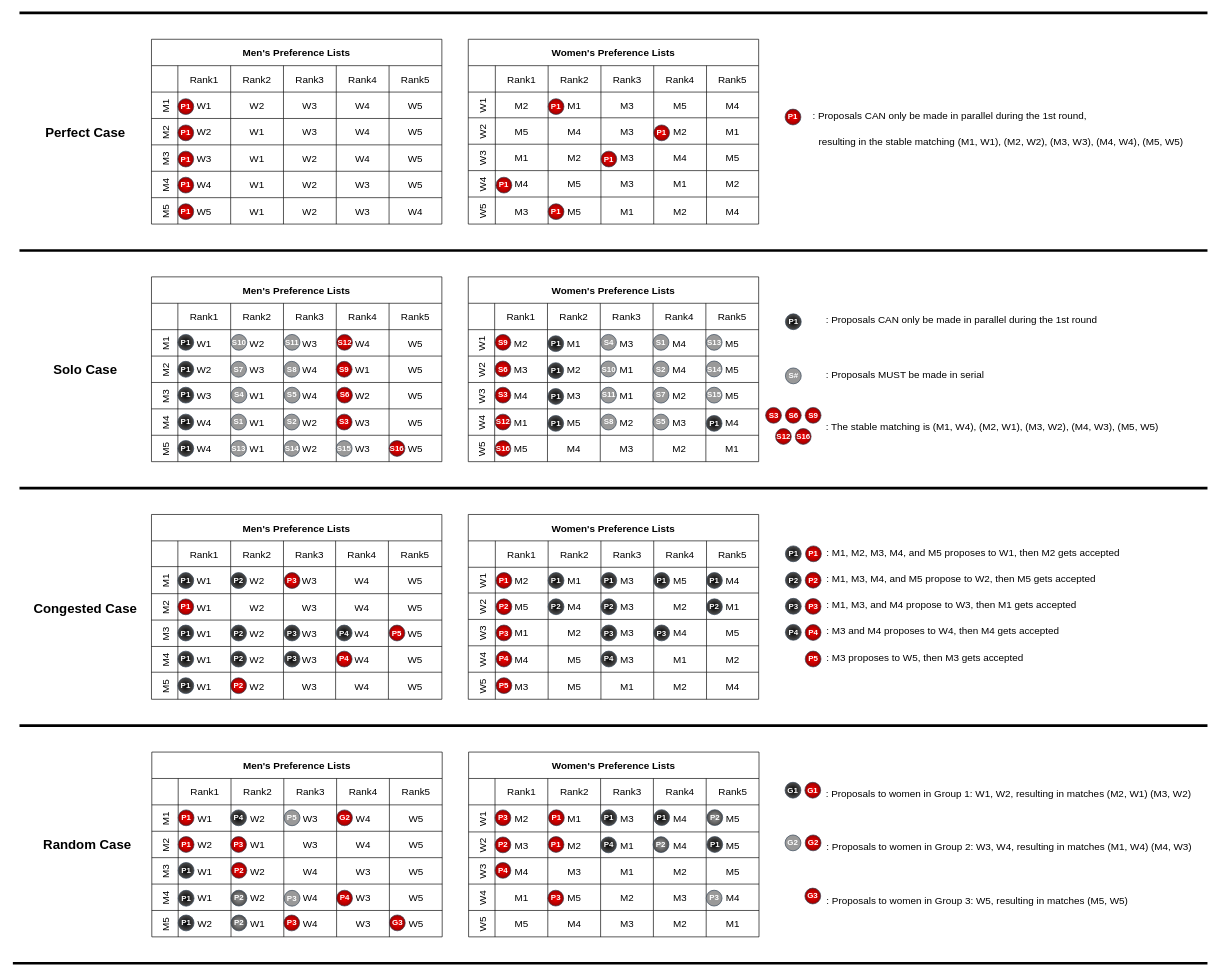
victorliu-sq/BambooSMP-Figures keeps this draw.io diagram as MoreWorkloads.drawio. Above is the earlier version. Source tidied: cells renumbered, new cells numbered last; positions are measured from the earlier drawing's top-left corner, leaving out a move shared by most shapes. Both pictures are drawn from the tidied source at 66%, with x=0, y=0 at pixel (13, 13).
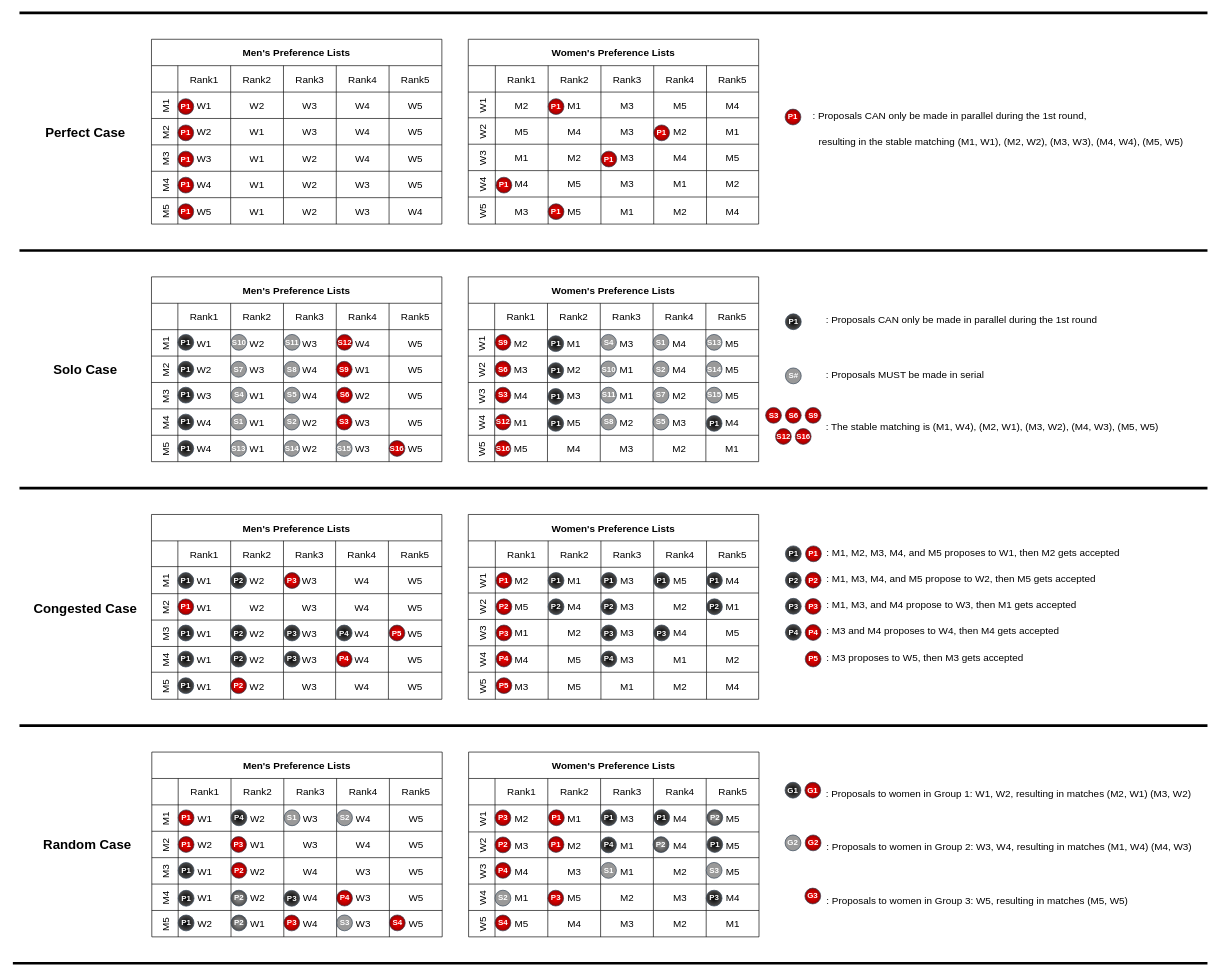
After the change.

The edit, as a diff of the source:
```diff
@@
-    <mxCell id="402" value="P5" style="ellipse;whiteSpace=wrap;html=1;strokeColor=#314354;align=center;verticalAlign=middle;fontFamily=Helvetica;fontSize=12;fillColor=#999999;fontColor=#ffffff;fontStyle=1;" parent="1" vertex="1">
+    <mxCell id="402" value="S1" style="ellipse;whiteSpace=wrap;html=1;strokeColor=#314354;align=center;verticalAlign=middle;fontFamily=Helvetica;fontSize=12;fillColor=#999999;fontColor=#ffffff;fontStyle=1;" parent="1" vertex="1">
       <mxGeometry x="411" y="1207.6" width="24" height="24" as="geometry" />
     </mxCell>
@@
-    <mxCell id="409" value="G2" style="ellipse;whiteSpace=wrap;html=1;strokeColor=#314354;align=center;verticalAlign=middle;fontFamily=Helvetica;fontSize=12;fillColor=#FF0000;fontColor=#FFFFFF;fillStyle=solid;strokeWidth=1;fontStyle=1;gradientColor=#990000;gradientDirection=radial;" parent="1" vertex="1">
-      <mxGeometry x="490.5" y="1207.6" width="24" height="24" as="geometry" />
-    </mxCell>
-    <mxCell id="410" value="P3" style="ellipse;whiteSpace=wrap;html=1;strokeColor=#314354;align=center;verticalAlign=middle;fontFamily=Helvetica;fontSize=12;fillColor=#999999;fontColor=#ffffff;fontStyle=1;" parent="1" vertex="1">
-      <mxGeometry x="411" y="1329.5" width="24" height="24" as="geometry" />
-    </mxCell>
@@
-    <mxCell id="412" value="G3" style="ellipse;whiteSpace=wrap;html=1;strokeColor=#314354;align=center;verticalAlign=middle;fontFamily=Helvetica;fontSize=12;fillColor=#FF0000;fontColor=#FFFFFF;fillStyle=solid;strokeWidth=1;fontStyle=1;gradientColor=#990000;gradientDirection=radial;" parent="1" vertex="1">
+    <mxCell id="412" value="S4" style="ellipse;whiteSpace=wrap;html=1;strokeColor=#314354;align=center;verticalAlign=middle;fontFamily=Helvetica;fontSize=12;fillColor=#FF0000;fontColor=#FFFFFF;fillStyle=solid;strokeWidth=1;fontStyle=1;gradientColor=#990000;gradientDirection=radial;" parent="1" vertex="1">
       <mxGeometry x="570.5" y="1366.8" width="24" height="24" as="geometry" />
     </mxCell>
@@
     <mxCell id="445" value="P4" style="ellipse;whiteSpace=wrap;html=1;strokeColor=#314354;align=center;verticalAlign=middle;fontFamily=Helvetica;fontSize=12;fillColor=#000000;fontColor=#ffffff;fontStyle=1;gradientColor=#4D4D4D;gradientDirection=radial;" parent="1" vertex="1">
-      <mxGeometry x="330" y="1207.6" width="24" height="24" as="geometry" />
+      <mxGeometry x="330.5" y="1207.6" width="24" height="24" as="geometry" />
     </mxCell>
-    <mxCell id="446" value="P3" style="ellipse;whiteSpace=wrap;html=1;strokeColor=#314354;align=center;verticalAlign=middle;fontFamily=Helvetica;fontSize=12;fillColor=#999999;fontColor=#ffffff;fontStyle=1;" parent="1" vertex="1">
-      <mxGeometry x="1050.5" y="1329.3" width="24" height="24" as="geometry" />
-    </mxCell>
@@
+    <mxCell id="453" value="S2" style="ellipse;whiteSpace=wrap;html=1;strokeColor=#314354;align=center;verticalAlign=middle;fontFamily=Helvetica;fontSize=12;fillColor=#999999;fontColor=#ffffff;fontStyle=1;" parent="1" vertex="1">
+      <mxGeometry x="490.5" y="1207.6" width="24" height="24" as="geometry" />
+    </mxCell>
+    <mxCell id="454" value="P3" style="ellipse;whiteSpace=wrap;html=1;strokeColor=#314354;align=center;verticalAlign=middle;fontFamily=Helvetica;fontSize=12;fillColor=#000000;fontColor=#ffffff;fontStyle=1;gradientColor=#4D4D4D;gradientDirection=radial;" parent="1" vertex="1">
+      <mxGeometry x="410.5" y="1329.6" width="24" height="24" as="geometry" />
+    </mxCell>
+    <mxCell id="455" value="P3" style="ellipse;whiteSpace=wrap;html=1;strokeColor=#314354;align=center;verticalAlign=middle;fontFamily=Helvetica;fontSize=12;fillColor=#000000;fontColor=#ffffff;fontStyle=1;gradientColor=#4D4D4D;gradientDirection=radial;" parent="1" vertex="1">
+      <mxGeometry x="1050.5" y="1329.3" width="24" height="24" as="geometry" />
+    </mxCell>
+    <mxCell id="456" value="S1" style="ellipse;whiteSpace=wrap;html=1;strokeColor=#314354;align=center;verticalAlign=middle;fontFamily=Helvetica;fontSize=12;fillColor=#999999;fontColor=#ffffff;fontStyle=1;" parent="1" vertex="1">
+      <mxGeometry x="890.5" y="1287.3" width="24" height="24" as="geometry" />
+    </mxCell>
+    <mxCell id="457" value="S2" style="ellipse;whiteSpace=wrap;html=1;strokeColor=#314354;align=center;verticalAlign=middle;fontFamily=Helvetica;fontSize=12;fillColor=#999999;fontColor=#ffffff;fontStyle=1;" parent="1" vertex="1">
+      <mxGeometry x="730.5" y="1329.3" width="24" height="24" as="geometry" />
+    </mxCell>
+    <mxCell id="458" value="S3" style="ellipse;whiteSpace=wrap;html=1;strokeColor=#314354;align=center;verticalAlign=middle;fontFamily=Helvetica;fontSize=12;fillColor=#999999;fontColor=#ffffff;fillStyle=solid;strokeWidth=1;fontStyle=1;gradientColor=none;gradientDirection=radial;" parent="1" vertex="1">
+      <mxGeometry x="490.5" y="1366.8" width="24" height="24" as="geometry" />
+    </mxCell>
+    <mxCell id="459" value="S3" style="ellipse;whiteSpace=wrap;html=1;strokeColor=#314354;align=center;verticalAlign=middle;fontFamily=Helvetica;fontSize=12;fillColor=#999999;fontColor=#ffffff;fillStyle=solid;strokeWidth=1;fontStyle=1;gradientColor=none;gradientDirection=radial;" parent="1" vertex="1">
+      <mxGeometry x="1050.5" y="1287.2" width="24" height="24" as="geometry" />
+    </mxCell>
+    <mxCell id="460" value="S4" style="ellipse;whiteSpace=wrap;html=1;strokeColor=#314354;align=center;verticalAlign=middle;fontFamily=Helvetica;fontSize=12;fillColor=#FF0000;fontColor=#FFFFFF;fillStyle=solid;strokeWidth=1;fontStyle=1;gradientColor=#990000;gradientDirection=radial;" parent="1" vertex="1">
+      <mxGeometry x="730.5" y="1366.9" width="24" height="24" as="geometry" />
+    </mxCell>
```
